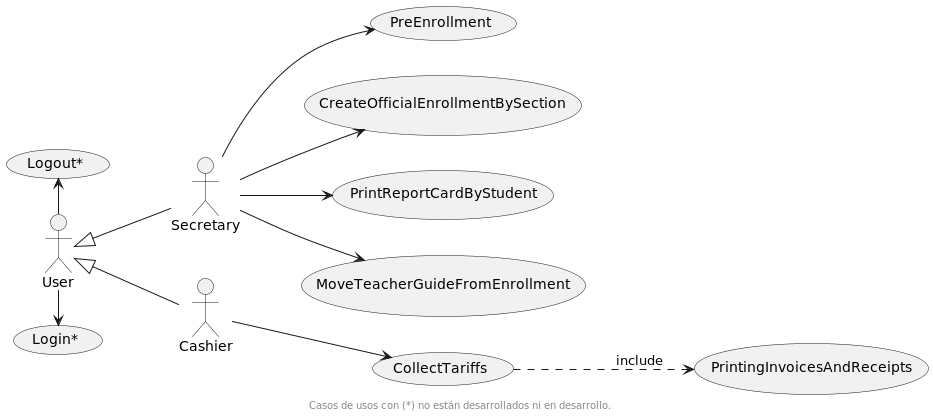
This is out/UseCaseView/UseCases.png from wsmcbl/wsmcbl.doc, a PlantUML export, as it was before one commit.
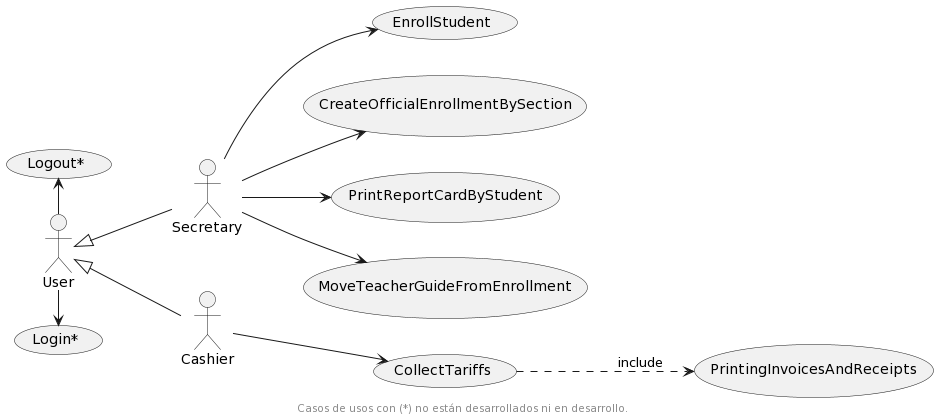
Later version of the same file.

What changed in the source:
```diff
@@ -11,7 +11,7 @@
 usecase "Login*"
 usecase "Logout*"
 
-usecase PreEnrollment
+usecase EnrollStudent
 usecase CreateOfficialEnrollmentBySection
 usecase PrintingInvoicesAndReceipts
 usecase PrintReportCardByStudent
@@ -22,7 +22,7 @@
 User -left-> "Logout*"
 
 
-Secretary --> PreEnrollment
+Secretary --> EnrollStudent
 Secretary --> CreateOfficialEnrollmentBySection
 Secretary --> PrintReportCardByStudent
 Secretary --> MoveTeacherGuideFromEnrollment
@@ -32,5 +32,4 @@
 CollectTariffs ..> PrintingInvoicesAndReceipts: include
 
 footer Casos de usos con (*) no están desarrollados ni en desarrollo.
-
 @enduml
```
